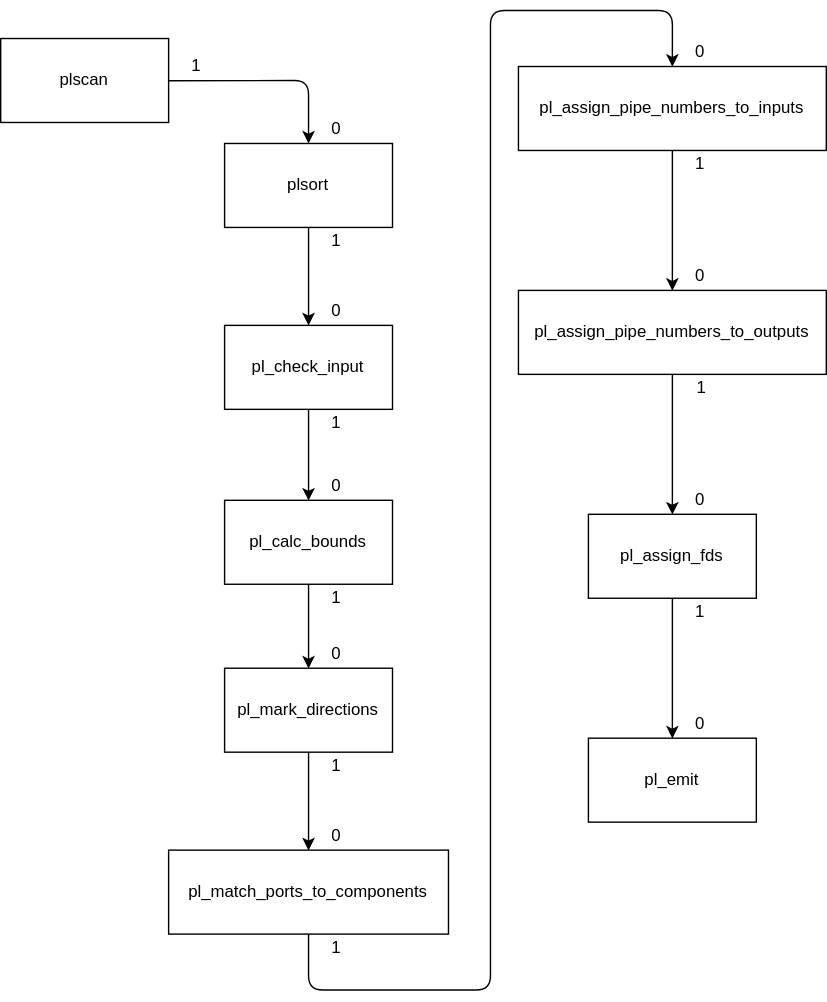
The draw.io diagram bootstrap-svg/yed_compiler_as_svg.svg in bmfbp/bmfbp, before a commit. Source tidied: cells renumbered, new cells last; positions are measured from the earlier drawing's top-left corner, leaving out a move shared by most shapes.
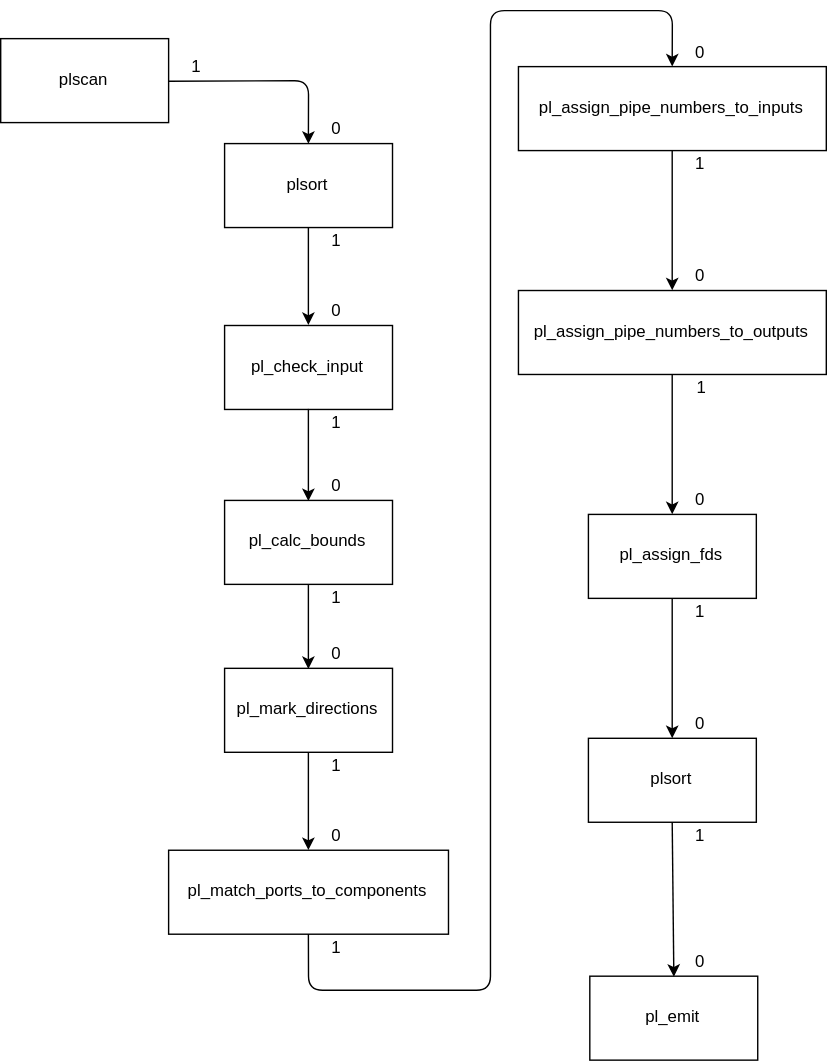
Later version of the same file.

Commit message:
cannot do regression, since port numbers are chosen at random

Diff of the diagram source:
```diff
@@ -23,7 +23,7 @@
     <mxCell id="8" value="pl_assign_fds" style="rounded=0;" parent="1" vertex="1">
       <mxGeometry x="420" y="360" width="120" height="60" as="geometry" />
     </mxCell>
-    <mxCell id="9" value="pl_emit" style="rounded=0;" parent="1" vertex="1">
+    <mxCell id="9" value="plsort" style="rounded=0;" parent="1" vertex="1">
       <mxGeometry x="420" y="520" width="120" height="60" as="geometry" />
     </mxCell>
     <mxCell id="10" style="endArrow=classic;entryX=0.5;entryY=0;exitX=1;exitY=0.5;" parent="1" edge="1" source="2" target="3">
@@ -124,5 +124,17 @@
     <mxCell id="38" value="0" style="text;strokeColor=none;fillColor=none;align=center;verticalAlign=middle;rounded=0;" parent="1" vertex="1">
       <mxGeometry x="220" y="205" width="40" height="20" as="geometry" />
     </mxCell>
+    <mxCell id="39" value="pl_emit" style="rounded=0;" parent="1" vertex="1">
+      <mxGeometry x="421" y="690" width="120" height="60" as="geometry" />
+    </mxCell>
+    <mxCell id="40" style="endArrow=classic;html=1;exitX=0.5;exitY=1;entryX=0.5;entryY=0;" parent="1" edge="1" source="9" target="39">
+      <mxGeometry relative="1" as="geometry" />
+    </mxCell>
+    <mxCell id="41" value="1" style="text;strokeColor=none;fillColor=none;align=center;verticalAlign=middle;rounded=0;" parent="1" vertex="1">
+      <mxGeometry x="480" y="580" width="40" height="20" as="geometry" />
+    </mxCell>
+    <mxCell id="42" value="0" style="text;strokeColor=none;fillColor=none;align=center;verticalAlign=middle;rounded=0;" parent="1" vertex="1">
+      <mxGeometry x="480" y="670" width="40" height="20" as="geometry" />
+    </mxCell>
   </root>
 </mxGraphModel>
```
